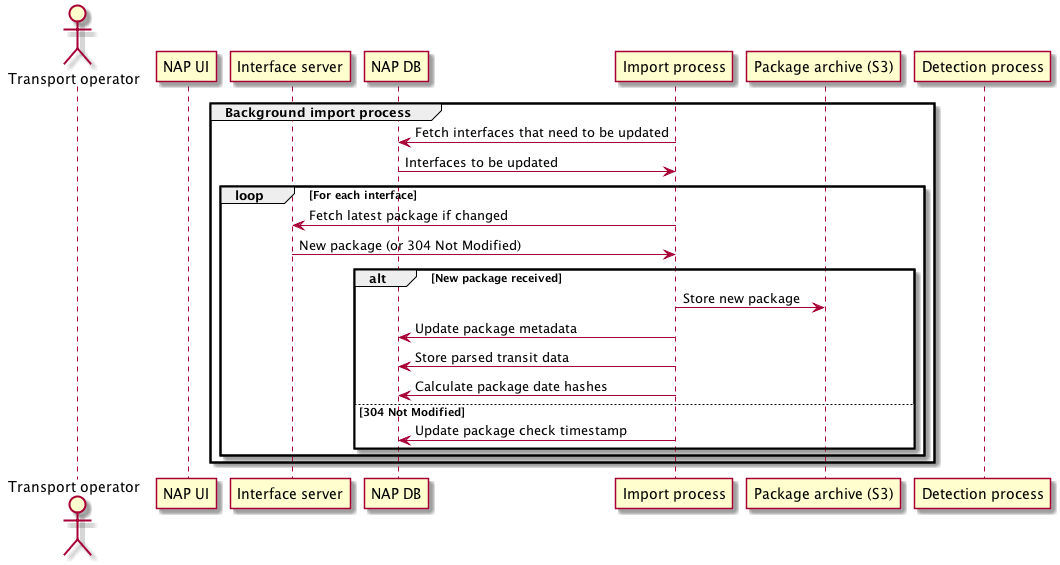
Above: docs/transit-changes/import-process.png in tmfg/mmtis-national-access-point (PlantUML), before the change. The source it was exported from:
```plantuml
@startuml

actor "Transport operator" as OPER
participant "NAP UI" as UI
participant "Interface server" as IFACE
participant "NAP DB" as DB
participant "Import process" as IMP
participant "Package archive (S3)" as S3
participant "Detection process" as DEP

group Background import process
IMP->DB: Fetch interfaces that need to be updated
DB->IMP: Interfaces to be updated
loop For each interface
IMP->IFACE: Fetch latest package if changed
IFACE->IMP: New package (or 304 Not Modified)
alt New package received
 IMP->S3: Store new package
 IMP->DB: Update package metadata
 IMP->DB: Store parsed transit data
 IMP->DB: Calculate package date hashes
else 304 Not Modified
 IMP->DB: Update package check timestamp
end
end
end


@enduml
```
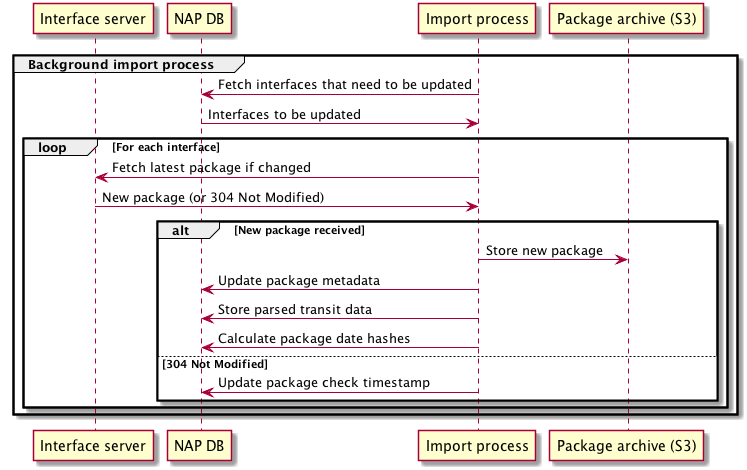
The same file after the commit.

Diff of the diagram source:
```diff
@@ -1,12 +1,9 @@
 @startuml
 
-actor "Transport operator" as OPER
-participant "NAP UI" as UI
 participant "Interface server" as IFACE
 participant "NAP DB" as DB
 participant "Import process" as IMP
 participant "Package archive (S3)" as S3
-participant "Detection process" as DEP
 
 group Background import process
 IMP->DB: Fetch interfaces that need to be updated
```
